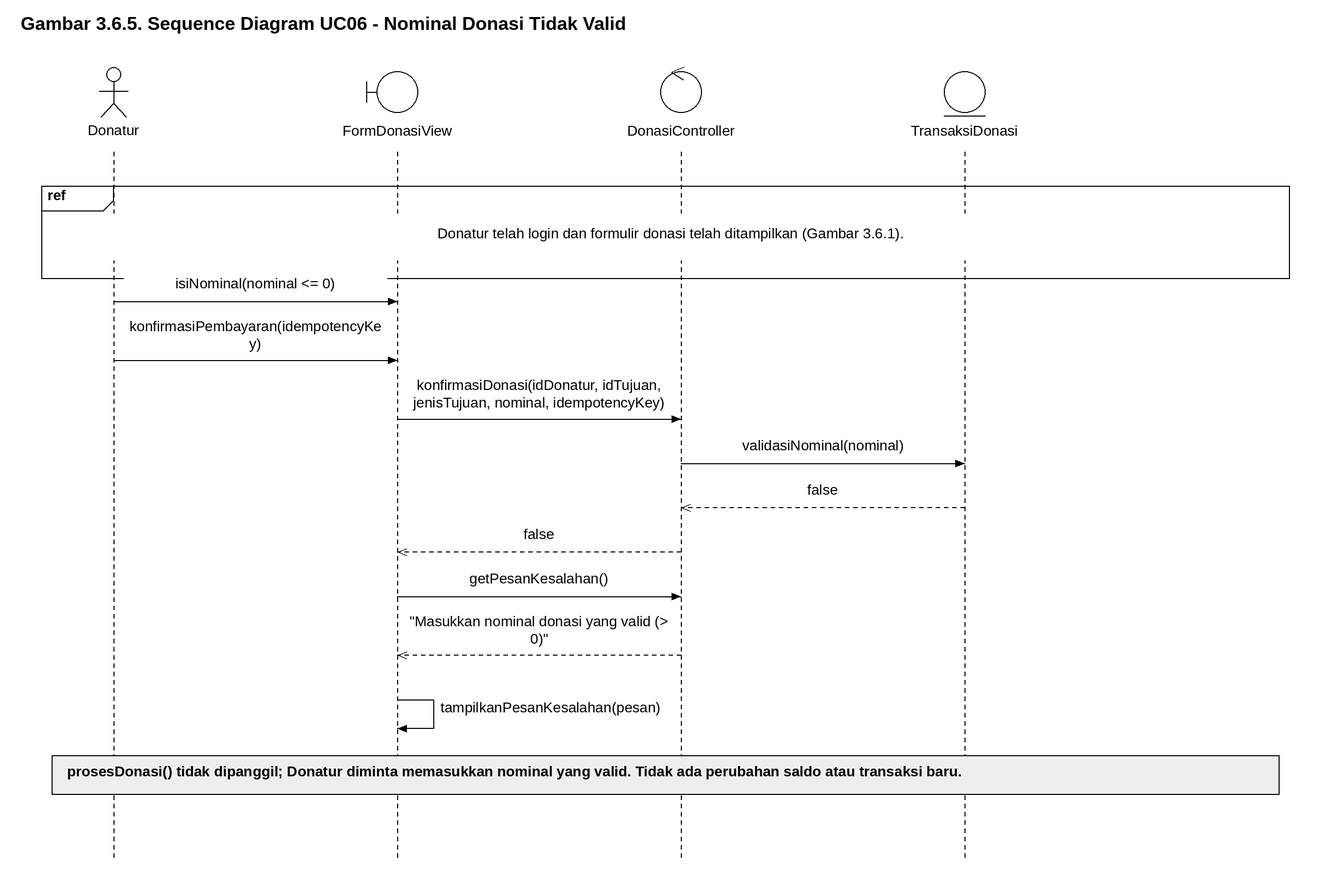
Earlier version of the draw.io export docs/M7/assets/diagram/sequence-uc06-alt4.png (Brynpamungkas/IF2150-RPL-K02-G08). Source tidied: cells renumbered, new cells last; positions are measured from the earlier drawing's top-left corner, leaving out a move shared by most shapes.
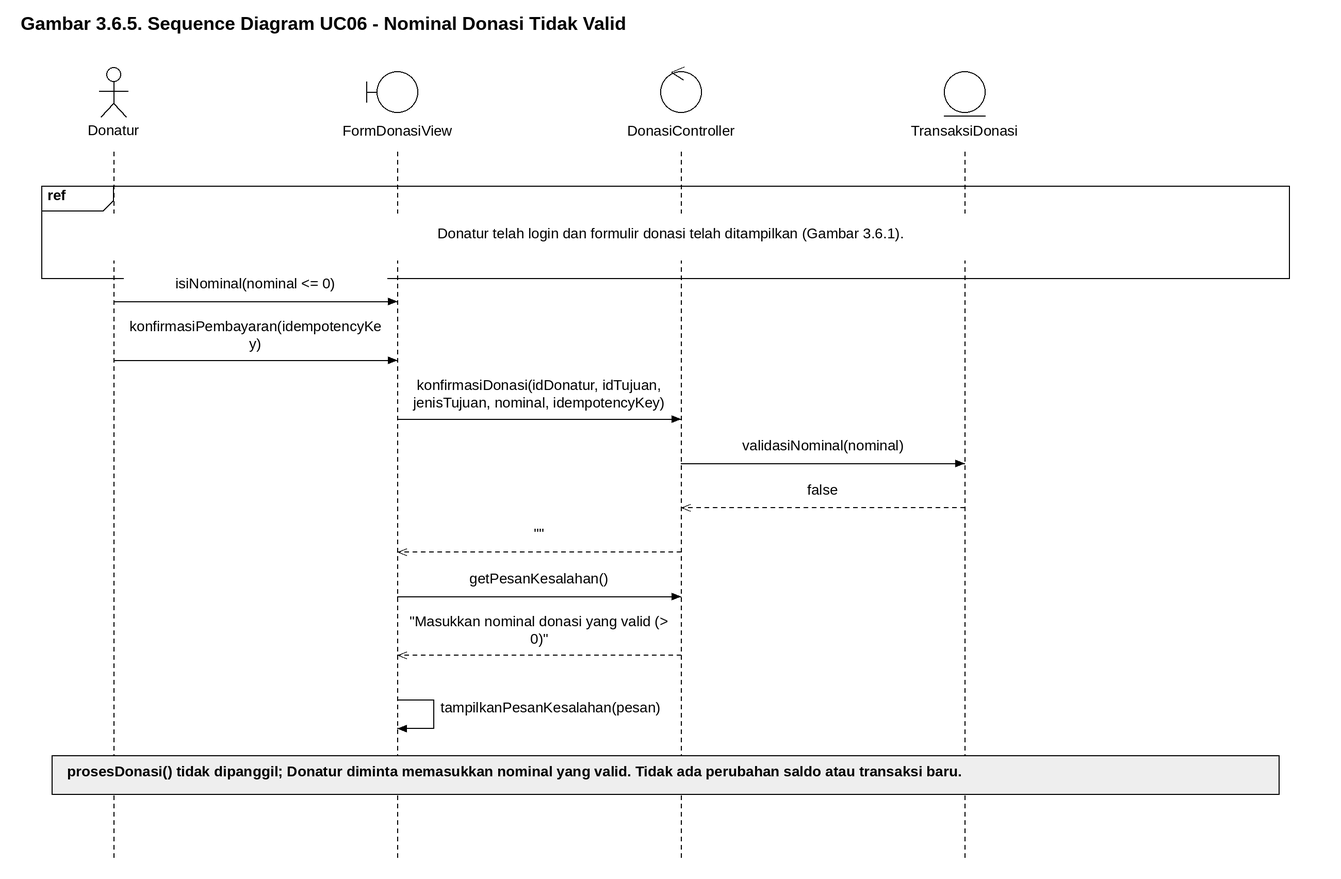
After the change.

What changed in the source:
```diff
@@ -74,7 +74,7 @@
         <mxPoint x="365" y="523" as="targetPoint" />
       </mxGeometry>
     </mxCell>
-    <mxCell id="20" value="false" style="text;html=1;strokeColor=none;fillColor=white;align=center;verticalAlign=middle;whiteSpace=wrap;overflow=visible;fontFamily=Arial;fontSize=14;fontStyle=0;spacing=0;" parent="1" vertex="1">
+    <mxCell id="20" value="&quot;&quot;" style="text;html=1;strokeColor=none;fillColor=white;align=center;verticalAlign=middle;whiteSpace=wrap;overflow=visible;fontFamily=Arial;fontSize=14;fontStyle=0;spacing=0;" parent="1" vertex="1">
       <mxGeometry x="375" y="498" width="255" height="22" as="geometry" />
     </mxCell>
     <mxCell id="21" style="html=1;rounded=0;endArrow=block;endFill=1;endSize=9;strokeColor=#000000;" parent="1" edge="1">
```
